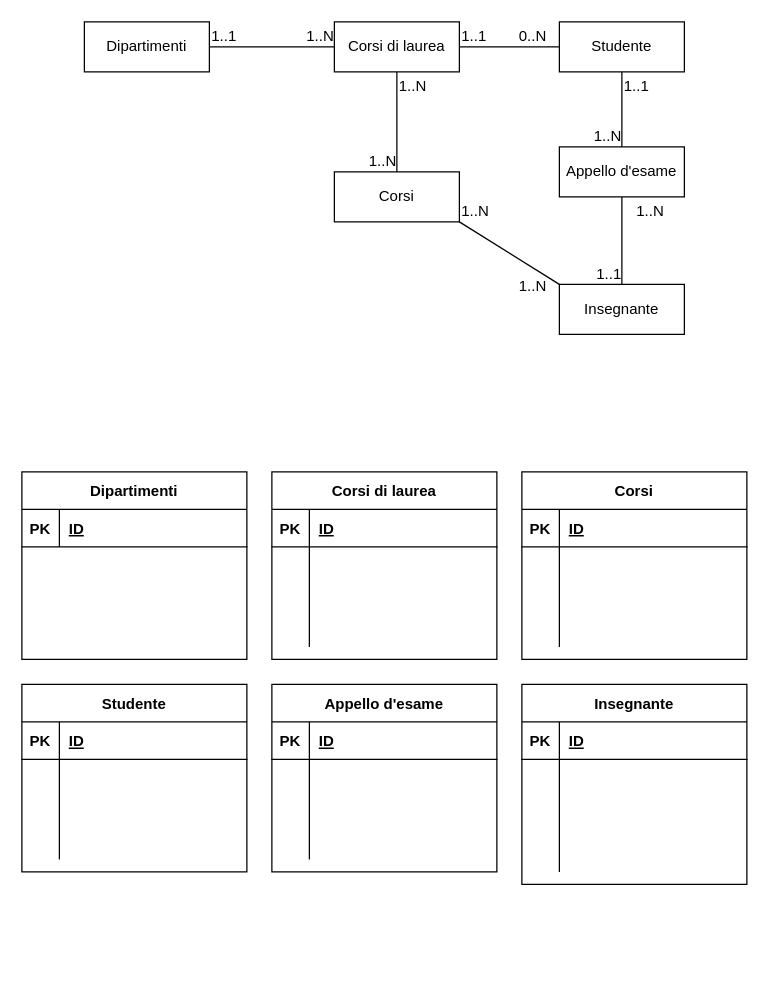
ChristopherZito/db-university keeps this draw.io diagram as Untitled Diagram.drawio. Above is the earlier version. Source tidied: cells renumbered, new cells numbered last; positions are measured from the earlier drawing's top-left corner, leaving out a move shared by most shapes. Both pictures are drawn from the tidied source at 125%, with x=0, y=0 at pixel (21, 21).
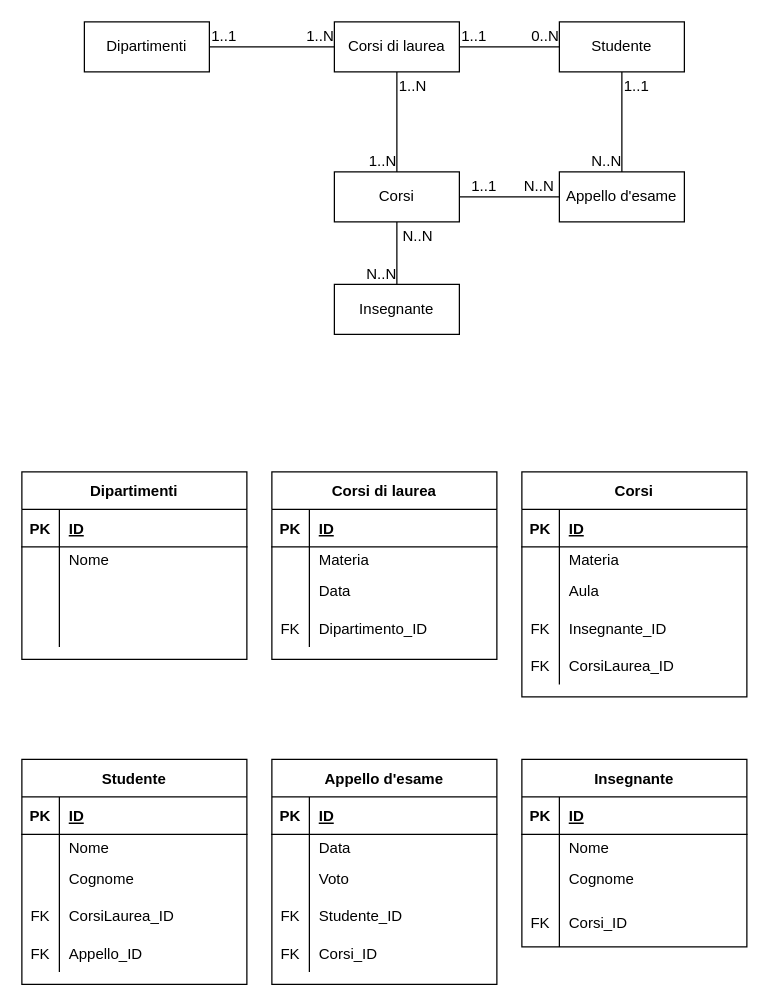
After the change.

Unchanged cells that the change refers to:
```xml
<mxCell id="12" style="shape=tableRow;horizontal=0;startSize=0;swimlaneHead=0;swimlaneBody=0;fillColor=none;top=0;left=0;right=0;bottom=0;" parent="8" vertex="1">
  <mxGeometry y="60" width="180" height="20" as="geometry" />
</mxCell>
<mxCell id="15" style="shape=tableRow;horizontal=0;startSize=0;swimlaneHead=0;swimlaneBody=0;fillColor=none;top=0;left=0;right=0;bottom=0;" parent="8" vertex="1">
  <mxGeometry y="80" width="180" height="30" as="geometry" />
</mxCell>
<mxCell id="18" style="shape=tableRow;horizontal=0;startSize=0;swimlaneHead=0;swimlaneBody=0;fillColor=none;top=0;left=0;right=0;bottom=0;" parent="8" vertex="1">
  <mxGeometry y="110" width="180" height="30" as="geometry" />
</mxCell>
<mxCell id="24" value="Corsi" style="whiteSpace=wrap;html=1;align=center;" parent="1" vertex="1">
  <mxGeometry x="250" y="120" width="100" height="40" as="geometry" />
</mxCell>
<mxCell id="33" style="endArrow=none;html=1;rounded=0;exitX=1;exitY=0.5;exitDx=0;exitDy=0;entryX=0;entryY=0.5;entryDx=0;entryDy=0;" parent="1" edge="1" source="7" target="32">
  <mxGeometry relative="1" as="geometry" />
</mxCell>
<mxCell id="40" style="endArrow=none;html=1;rounded=0;exitX=0.5;exitY=1;exitDx=0;exitDy=0;entryX=0.5;entryY=0;entryDx=0;entryDy=0;" parent="1" edge="1" source="32" target="36">
  <mxGeometry relative="1" as="geometry" />
</mxCell>
<mxCell id="47" style="shape=tableRow;horizontal=0;startSize=0;swimlaneHead=0;swimlaneBody=0;fillColor=none;top=0;left=0;right=0;bottom=0;" parent="43" vertex="1">
  <mxGeometry y="60" width="180" height="20" as="geometry" />
</mxCell>
<mxCell id="50" style="shape=tableRow;horizontal=0;startSize=0;swimlaneHead=0;swimlaneBody=0;fillColor=none;top=0;left=0;right=0;bottom=0;" parent="43" vertex="1">
  <mxGeometry y="80" width="180" height="30" as="geometry" />
</mxCell>
<mxCell id="53" style="shape=tableRow;horizontal=0;startSize=0;swimlaneHead=0;swimlaneBody=0;fillColor=none;top=0;left=0;right=0;bottom=0;" parent="43" vertex="1">
  <mxGeometry y="110" width="180" height="40" as="geometry" />
</mxCell>
<mxCell id="60" style="shape=tableRow;horizontal=0;startSize=0;swimlaneHead=0;swimlaneBody=0;fillColor=none;top=0;left=0;right=0;bottom=0;" parent="56" vertex="1">
  <mxGeometry y="60" width="180" height="20" as="geometry" />
</mxCell>
<mxCell id="63" style="shape=tableRow;horizontal=0;startSize=0;swimlaneHead=0;swimlaneBody=0;fillColor=none;top=0;left=0;right=0;bottom=0;" parent="56" vertex="1">
  <mxGeometry y="80" width="180" height="30" as="geometry" />
</mxCell>
<mxCell id="66" style="shape=tableRow;horizontal=0;startSize=0;swimlaneHead=0;swimlaneBody=0;fillColor=none;top=0;left=0;right=0;bottom=0;" parent="56" vertex="1">
  <mxGeometry y="110" width="180" height="30" as="geometry" />
</mxCell>
<mxCell id="73" style="shape=tableRow;horizontal=0;startSize=0;swimlaneHead=0;swimlaneBody=0;fillColor=none;top=0;left=0;right=0;bottom=0;" parent="69" vertex="1">
  <mxGeometry y="60" width="180" height="20" as="geometry" />
</mxCell>
<mxCell id="76" style="shape=tableRow;horizontal=0;startSize=0;swimlaneHead=0;swimlaneBody=0;fillColor=none;top=0;left=0;right=0;bottom=0;" parent="69" vertex="1">
  <mxGeometry y="80" width="180" height="30" as="geometry" />
</mxCell>
<mxCell id="79" style="shape=tableRow;horizontal=0;startSize=0;swimlaneHead=0;swimlaneBody=0;fillColor=none;top=0;left=0;right=0;bottom=0;" parent="69" vertex="1">
  <mxGeometry y="110" width="180" height="30" as="geometry" />
</mxCell>
<mxCell id="86" style="shape=tableRow;horizontal=0;startSize=0;swimlaneHead=0;swimlaneBody=0;fillColor=none;top=0;left=0;right=0;bottom=0;" parent="82" vertex="1">
  <mxGeometry y="60" width="180" height="20" as="geometry" />
</mxCell>
<mxCell id="89" style="shape=tableRow;horizontal=0;startSize=0;swimlaneHead=0;swimlaneBody=0;fillColor=none;top=0;left=0;right=0;bottom=0;" parent="82" vertex="1">
  <mxGeometry y="80" width="180" height="30" as="geometry" />
</mxCell>
<mxCell id="92" style="shape=tableRow;horizontal=0;startSize=0;swimlaneHead=0;swimlaneBody=0;fillColor=none;top=0;left=0;right=0;bottom=0;" parent="82" vertex="1">
  <mxGeometry y="110" width="180" height="30" as="geometry" />
</mxCell>
```

The edit, as a diff of the source:
```diff
@@
-    <mxCell id="3" value="Dipartimenti" style="shape=table;startSize=30;childLayout=tableLayout;rowLines=0;fontStyle=1;align=center;" parent="1" vertex="1">
-      <mxGeometry y="360" width="180" height="150" as="geometry" />
-    </mxCell>
-    <mxCell id="4" style="shape=tableRow;horizontal=0;startSize=0;swimlaneHead=0;swimlaneBody=0;fillColor=none;top=0;left=0;right=0;bottom=1;" parent="3" vertex="1">
-      <mxGeometry y="30" width="180" height="30" as="geometry" />
-    </mxCell>
-    <mxCell id="5" value="PK" style="shape=partialRectangle;fillColor=none;top=0;left=0;bottom=0;right=0;fontStyle=1;overflow=hidden;" parent="4" vertex="1">
-      <mxGeometry width="30" height="30" as="geometry" />
-    </mxCell>
-    <mxCell id="6" value="ID" style="shape=partialRectangle;fillColor=none;top=0;left=0;bottom=0;right=0;align=left;spacingLeft=6;fontStyle=5;overflow=hidden;" parent="4" vertex="1">
-      <mxGeometry x="30" width="150" height="30" as="geometry" />
-    </mxCell>
@@
-    <mxCell id="14" style="shape=partialRectangle;fillColor=none;top=0;left=0;bottom=0;right=0;align=left;spacingLeft=6;overflow=hidden;" parent="12" vertex="1">
+    <mxCell id="14" value="Materia" style="shape=partialRectangle;fillColor=none;top=0;left=0;bottom=0;right=0;align=left;spacingLeft=6;overflow=hidden;" parent="12" vertex="1">
       <mxGeometry x="30" width="150" height="20" as="geometry" />
     </mxCell>
@@
-    <mxCell id="17" style="shape=partialRectangle;fillColor=none;top=0;left=0;bottom=0;right=0;align=left;spacingLeft=6;overflow=hidden;" parent="15" vertex="1">
+    <mxCell id="17" value="Data" style="shape=partialRectangle;fillColor=none;top=0;left=0;bottom=0;right=0;align=left;spacingLeft=6;overflow=hidden;" parent="15" vertex="1">
       <mxGeometry x="30" width="150" height="30" as="geometry" />
     </mxCell>
@@
-    <mxCell id="19" style="shape=partialRectangle;fillColor=none;top=0;left=0;bottom=0;right=0;overflow=hidden;" parent="18" vertex="1">
+    <mxCell id="19" value="FK" style="shape=partialRectangle;fillColor=none;top=0;left=0;bottom=0;right=0;overflow=hidden;" parent="18" vertex="1">
       <mxGeometry width="30" height="30" as="geometry" />
     </mxCell>
-    <mxCell id="20" style="shape=partialRectangle;fillColor=none;top=0;left=0;bottom=0;right=0;align=left;spacingLeft=6;overflow=hidden;" parent="18" vertex="1">
+    <mxCell id="20" value="Dipartimento_ID" style="shape=partialRectangle;fillColor=none;top=0;left=0;bottom=0;right=0;align=left;spacingLeft=6;overflow=hidden;" parent="18" vertex="1">
       <mxGeometry x="30" width="150" height="30" as="geometry" />
     </mxCell>
@@
     <mxCell id="28" value="Insegnante" style="whiteSpace=wrap;html=1;align=center;" parent="1" vertex="1">
-      <mxGeometry x="430" y="210" width="100" height="40" as="geometry" />
+      <mxGeometry x="250" y="210" width="100" height="40" as="geometry" />
     </mxCell>
-    <mxCell id="29" style="endArrow=none;html=1;rounded=0;exitX=1;exitY=1;exitDx=0;exitDy=0;entryX=0;entryY=0;entryDx=0;entryDy=0;" parent="1" edge="1" source="24" target="28">
+    <mxCell id="29" style="endArrow=none;html=1;rounded=0;exitX=0.5;exitY=1;exitDx=0;exitDy=0;entryX=0.5;entryY=0;entryDx=0;entryDy=0;" parent="1" edge="1" source="24" target="28">
       <mxGeometry relative="1" as="geometry" />
     </mxCell>
-    <mxCell id="30" value="1..N" style="html=1;align=left;verticalAlign=bottom;" parent="29" vertex="1">
-      <mxGeometry x="-1" relative="1" as="geometry" />
+    <mxCell id="30" value="N..N" style="html=1;align=left;verticalAlign=bottom;" parent="29" vertex="1">
+      <mxGeometry x="-1" relative="1" as="geometry">
+        <mxPoint x="3" y="20" as="offset" />
+      </mxGeometry>
     </mxCell>
-    <mxCell id="31" value="1..N" style="html=1;align=right;verticalAlign=bottom;" parent="29" vertex="1">
-      <mxGeometry x="1" relative="1" as="geometry">
-        <mxPoint x="-10" y="10" as="offset" />
-      </mxGeometry>
+    <mxCell id="31" value="N..N" style="html=1;align=right;verticalAlign=bottom;" parent="29" vertex="1">
+      <mxGeometry x="1" relative="1" as="geometry" />
     </mxCell>
@@
     <mxCell id="35" value="0..N" style="html=1;align=right;verticalAlign=bottom;" parent="33" vertex="1">
-      <mxGeometry x="1" relative="1" as="geometry">
-        <mxPoint x="-10" as="offset" />
-      </mxGeometry>
+      <mxGeometry x="1" relative="1" as="geometry" />
     </mxCell>
     <mxCell id="36" value="Appello d'esame" style="whiteSpace=wrap;html=1;align=center;" parent="1" vertex="1">
-      <mxGeometry x="430" y="100" width="100" height="40" as="geometry" />
+      <mxGeometry x="430" y="120" width="100" height="40" as="geometry" />
     </mxCell>
-    <mxCell id="37" style="endArrow=none;html=1;rounded=0;exitX=0.5;exitY=1;exitDx=0;exitDy=0;entryX=0.5;entryY=0;entryDx=0;entryDy=0;" parent="1" edge="1" source="36" target="28">
+    <mxCell id="37" style="endArrow=none;html=1;rounded=0;exitX=0;exitY=0.5;exitDx=0;exitDy=0;entryX=1;entryY=0.5;entryDx=0;entryDy=0;" parent="1" edge="1" source="36" target="24">
       <mxGeometry relative="1" as="geometry" />
     </mxCell>
-    <mxCell id="38" value="1..N" style="html=1;align=left;verticalAlign=bottom;" parent="37" vertex="1">
+    <mxCell id="38" value="N..N" style="html=1;align=left;verticalAlign=bottom;" parent="37" vertex="1">
       <mxGeometry x="-1" relative="1" as="geometry">
-        <mxPoint x="10" y="20" as="offset" />
+        <mxPoint x="-30" as="offset" />
       </mxGeometry>
     </mxCell>
     <mxCell id="39" value="1..1" style="html=1;align=right;verticalAlign=bottom;" parent="37" vertex="1">
-      <mxGeometry x="1" relative="1" as="geometry" />
+      <mxGeometry x="1" relative="1" as="geometry">
+        <mxPoint x="30" as="offset" />
+      </mxGeometry>
     </mxCell>
@@
-    <mxCell id="42" value="1..N" style="html=1;align=right;verticalAlign=bottom;" parent="40" vertex="1">
+    <mxCell id="42" value="N..N" style="html=1;align=right;verticalAlign=bottom;" parent="40" vertex="1">
       <mxGeometry x="1" relative="1" as="geometry" />
     </mxCell>
     <mxCell id="43" value="Insegnante" style="shape=table;startSize=30;childLayout=tableLayout;rowLines=0;fontStyle=1;align=center;" parent="1" vertex="1">
-      <mxGeometry x="400" y="530" width="180" height="160" as="geometry" />
+      <mxGeometry x="400" y="590" width="180" height="150" as="geometry" />
     </mxCell>
@@
-    <mxCell id="49" style="shape=partialRectangle;fillColor=none;top=0;left=0;bottom=0;right=0;align=left;spacingLeft=6;overflow=hidden;" parent="47" vertex="1">
+    <mxCell id="49" value="Nome" style="shape=partialRectangle;fillColor=none;top=0;left=0;bottom=0;right=0;align=left;spacingLeft=6;overflow=hidden;" parent="47" vertex="1">
       <mxGeometry x="30" width="150" height="20" as="geometry" />
     </mxCell>
@@
-    <mxCell id="52" style="shape=partialRectangle;fillColor=none;top=0;left=0;bottom=0;right=0;align=left;spacingLeft=6;overflow=hidden;" parent="50" vertex="1">
+    <mxCell id="52" value="Cognome" style="shape=partialRectangle;fillColor=none;top=0;left=0;bottom=0;right=0;align=left;spacingLeft=6;overflow=hidden;" parent="50" vertex="1">
       <mxGeometry x="30" width="150" height="30" as="geometry" />
     </mxCell>
@@
-    <mxCell id="54" style="shape=partialRectangle;fillColor=none;top=0;left=0;bottom=0;right=0;overflow=hidden;" parent="53" vertex="1">
-      <mxGeometry width="30" height="40" as="geometry" />
-    </mxCell>
-    <mxCell id="55" style="shape=partialRectangle;fillColor=none;top=0;left=0;bottom=0;right=0;align=left;spacingLeft=6;overflow=hidden;" parent="53" vertex="1">
-      <mxGeometry x="30" width="150" height="40" as="geometry" />
-    </mxCell>
+    <mxCell id="95" value="FK" style="shape=partialRectangle;fillColor=none;top=0;left=0;bottom=0;right=0;overflow=hidden;" parent="53" vertex="1">
+      <mxGeometry width="30" height="40" as="geometry" />
+    </mxCell>
+    <mxCell id="96" value="Corsi_ID" style="shape=partialRectangle;fillColor=none;top=0;left=0;bottom=0;right=0;align=left;spacingLeft=6;overflow=hidden;" parent="53" vertex="1">
+      <mxGeometry x="30" width="150" height="40" as="geometry" />
+    </mxCell>
     <mxCell id="56" value="Appello d'esame" style="shape=table;startSize=30;childLayout=tableLayout;rowLines=0;fontStyle=1;align=center;" parent="1" vertex="1">
-      <mxGeometry x="200" y="530" width="180" height="150" as="geometry" />
+      <mxGeometry x="200" y="590" width="180" height="180" as="geometry" />
     </mxCell>
@@
-    <mxCell id="62" style="shape=partialRectangle;fillColor=none;top=0;left=0;bottom=0;right=0;align=left;spacingLeft=6;overflow=hidden;" parent="60" vertex="1">
+    <mxCell id="62" value="Data" style="shape=partialRectangle;fillColor=none;top=0;left=0;bottom=0;right=0;align=left;spacingLeft=6;overflow=hidden;" parent="60" vertex="1">
       <mxGeometry x="30" width="150" height="20" as="geometry" />
     </mxCell>
@@
-    <mxCell id="65" style="shape=partialRectangle;fillColor=none;top=0;left=0;bottom=0;right=0;align=left;spacingLeft=6;overflow=hidden;" parent="63" vertex="1">
+    <mxCell id="65" value="Voto" style="shape=partialRectangle;fillColor=none;top=0;left=0;bottom=0;right=0;align=left;spacingLeft=6;overflow=hidden;" parent="63" vertex="1">
       <mxGeometry x="30" width="150" height="30" as="geometry" />
     </mxCell>
@@
-    <mxCell id="67" style="shape=partialRectangle;fillColor=none;top=0;left=0;bottom=0;right=0;overflow=hidden;" parent="66" vertex="1">
+    <mxCell id="67" value="FK" style="shape=partialRectangle;fillColor=none;top=0;left=0;bottom=0;right=0;overflow=hidden;" parent="66" vertex="1">
       <mxGeometry width="30" height="30" as="geometry" />
     </mxCell>
-    <mxCell id="68" style="shape=partialRectangle;fillColor=none;top=0;left=0;bottom=0;right=0;align=left;spacingLeft=6;overflow=hidden;" parent="66" vertex="1">
+    <mxCell id="68" value="Studente_ID" style="shape=partialRectangle;fillColor=none;top=0;left=0;bottom=0;right=0;align=left;spacingLeft=6;overflow=hidden;" parent="66" vertex="1">
       <mxGeometry x="30" width="150" height="30" as="geometry" />
     </mxCell>
+    <mxCell id="97" style="shape=tableRow;horizontal=0;startSize=0;swimlaneHead=0;swimlaneBody=0;fillColor=none;top=0;left=0;right=0;bottom=0;" parent="56" vertex="1">
+      <mxGeometry y="140" width="180" height="30" as="geometry" />
+    </mxCell>
+    <mxCell id="98" value="FK" style="shape=partialRectangle;fillColor=none;top=0;left=0;bottom=0;right=0;overflow=hidden;" parent="97" vertex="1">
+      <mxGeometry width="30" height="30" as="geometry" />
+    </mxCell>
+    <mxCell id="99" value="Corsi_ID" style="shape=partialRectangle;fillColor=none;top=0;left=0;bottom=0;right=0;align=left;spacingLeft=6;overflow=hidden;" parent="97" vertex="1">
+      <mxGeometry x="30" width="150" height="30" as="geometry" />
+    </mxCell>
     <mxCell id="69" value="Corsi" style="shape=table;startSize=30;childLayout=tableLayout;rowLines=0;fontStyle=1;align=center;" parent="1" vertex="1">
-      <mxGeometry x="400" y="360" width="180" height="150" as="geometry" />
+      <mxGeometry x="400" y="360" width="180" height="180" as="geometry" />
     </mxCell>
@@
-    <mxCell id="75" style="shape=partialRectangle;fillColor=none;top=0;left=0;bottom=0;right=0;align=left;spacingLeft=6;overflow=hidden;" parent="73" vertex="1">
+    <mxCell id="75" value="Materia" style="shape=partialRectangle;fillColor=none;top=0;left=0;bottom=0;right=0;align=left;spacingLeft=6;overflow=hidden;" parent="73" vertex="1">
       <mxGeometry x="30" width="150" height="20" as="geometry" />
     </mxCell>
@@
-    <mxCell id="78" style="shape=partialRectangle;fillColor=none;top=0;left=0;bottom=0;right=0;align=left;spacingLeft=6;overflow=hidden;" parent="76" vertex="1">
+    <mxCell id="78" value="Aula" style="shape=partialRectangle;fillColor=none;top=0;left=0;bottom=0;right=0;align=left;spacingLeft=6;overflow=hidden;" parent="76" vertex="1">
       <mxGeometry x="30" width="150" height="30" as="geometry" />
     </mxCell>
@@
-    <mxCell id="80" style="shape=partialRectangle;fillColor=none;top=0;left=0;bottom=0;right=0;overflow=hidden;" parent="79" vertex="1">
+    <mxCell id="80" value="FK" style="shape=partialRectangle;fillColor=none;top=0;left=0;bottom=0;right=0;overflow=hidden;" parent="79" vertex="1">
       <mxGeometry width="30" height="30" as="geometry" />
     </mxCell>
-    <mxCell id="81" style="shape=partialRectangle;fillColor=none;top=0;left=0;bottom=0;right=0;align=left;spacingLeft=6;overflow=hidden;" parent="79" vertex="1">
+    <mxCell id="81" value="Insegnante_ID" style="shape=partialRectangle;fillColor=none;top=0;left=0;bottom=0;right=0;align=left;spacingLeft=6;overflow=hidden;" parent="79" vertex="1">
       <mxGeometry x="30" width="150" height="30" as="geometry" />
     </mxCell>
+    <mxCell id="100" style="shape=tableRow;horizontal=0;startSize=0;swimlaneHead=0;swimlaneBody=0;fillColor=none;top=0;left=0;right=0;bottom=0;" parent="69" vertex="1">
+      <mxGeometry y="140" width="180" height="30" as="geometry" />
+    </mxCell>
+    <mxCell id="101" value="FK" style="shape=partialRectangle;fillColor=none;top=0;left=0;bottom=0;right=0;overflow=hidden;" parent="100" vertex="1">
+      <mxGeometry width="30" height="30" as="geometry" />
+    </mxCell>
+    <mxCell id="102" value="CorsiLaurea_ID" style="shape=partialRectangle;fillColor=none;top=0;left=0;bottom=0;right=0;align=left;spacingLeft=6;overflow=hidden;" parent="100" vertex="1">
+      <mxGeometry x="30" width="150" height="30" as="geometry" />
+    </mxCell>
     <mxCell id="82" value="Studente" style="shape=table;startSize=30;childLayout=tableLayout;rowLines=0;fontStyle=1;align=center;" parent="1" vertex="1">
-      <mxGeometry y="530" width="180" height="150" as="geometry" />
+      <mxGeometry y="590" width="180" height="180" as="geometry" />
     </mxCell>
@@
-    <mxCell id="88" style="shape=partialRectangle;fillColor=none;top=0;left=0;bottom=0;right=0;align=left;spacingLeft=6;overflow=hidden;" parent="86" vertex="1">
+    <mxCell id="88" value="Nome" style="shape=partialRectangle;fillColor=none;top=0;left=0;bottom=0;right=0;align=left;spacingLeft=6;overflow=hidden;" parent="86" vertex="1">
       <mxGeometry x="30" width="150" height="20" as="geometry" />
     </mxCell>
@@
-    <mxCell id="91" style="shape=partialRectangle;fillColor=none;top=0;left=0;bottom=0;right=0;align=left;spacingLeft=6;overflow=hidden;" parent="89" vertex="1">
+    <mxCell id="91" value="Cognome" style="shape=partialRectangle;fillColor=none;top=0;left=0;bottom=0;right=0;align=left;spacingLeft=6;overflow=hidden;" parent="89" vertex="1">
       <mxGeometry x="30" width="150" height="30" as="geometry" />
     </mxCell>
@@
-    <mxCell id="93" style="shape=partialRectangle;fillColor=none;top=0;left=0;bottom=0;right=0;overflow=hidden;" parent="92" vertex="1">
+    <mxCell id="93" value="FK" style="shape=partialRectangle;fillColor=none;top=0;left=0;bottom=0;right=0;overflow=hidden;" parent="92" vertex="1">
       <mxGeometry width="30" height="30" as="geometry" />
     </mxCell>
-    <mxCell id="94" style="shape=partialRectangle;fillColor=none;top=0;left=0;bottom=0;right=0;align=left;spacingLeft=6;overflow=hidden;" parent="92" vertex="1">
+    <mxCell id="94" value="CorsiLaurea_ID" style="shape=partialRectangle;fillColor=none;top=0;left=0;bottom=0;right=0;align=left;spacingLeft=6;overflow=hidden;" parent="92" vertex="1">
       <mxGeometry x="30" width="150" height="30" as="geometry" />
     </mxCell>
+    <mxCell id="103" style="shape=tableRow;horizontal=0;startSize=0;swimlaneHead=0;swimlaneBody=0;fillColor=none;top=0;left=0;right=0;bottom=0;" parent="82" vertex="1">
+      <mxGeometry y="140" width="180" height="30" as="geometry" />
+    </mxCell>
+    <mxCell id="104" value="FK" style="shape=partialRectangle;fillColor=none;top=0;left=0;bottom=0;right=0;overflow=hidden;" parent="103" vertex="1">
+      <mxGeometry width="30" height="30" as="geometry" />
+    </mxCell>
+    <mxCell id="105" value="Appello_ID" style="shape=partialRectangle;fillColor=none;top=0;left=0;bottom=0;right=0;align=left;spacingLeft=6;overflow=hidden;" parent="103" vertex="1">
+      <mxGeometry x="30" width="150" height="30" as="geometry" />
+    </mxCell>
+    <mxCell id="3" value="Dipartimenti" style="shape=table;startSize=30;childLayout=tableLayout;rowLines=0;fontStyle=1;align=center;" parent="1" vertex="1">
+      <mxGeometry y="360" width="180" height="150" as="geometry" />
+    </mxCell>
+    <mxCell id="4" style="shape=tableRow;horizontal=0;startSize=0;swimlaneHead=0;swimlaneBody=0;fillColor=none;top=0;left=0;right=0;bottom=1;" parent="3" vertex="1">
+      <mxGeometry y="30" width="180" height="30" as="geometry" />
+    </mxCell>
+    <mxCell id="5" value="PK" style="shape=partialRectangle;fillColor=none;top=0;left=0;bottom=0;right=0;fontStyle=1;overflow=hidden;" parent="4" vertex="1">
+      <mxGeometry width="30" height="30" as="geometry" />
+    </mxCell>
+    <mxCell id="6" value="ID" style="shape=partialRectangle;fillColor=none;top=0;left=0;bottom=0;right=0;align=left;spacingLeft=6;fontStyle=5;overflow=hidden;" parent="4" vertex="1">
+      <mxGeometry x="30" width="150" height="30" as="geometry" />
+    </mxCell>
+    <mxCell id="106" style="shape=tableRow;horizontal=0;startSize=0;swimlaneHead=0;swimlaneBody=0;fillColor=none;top=0;left=0;right=0;bottom=0;" parent="3" vertex="1">
+      <mxGeometry y="60" width="180" height="20" as="geometry" />
+    </mxCell>
+    <mxCell id="107" style="shape=partialRectangle;fillColor=none;top=0;left=0;bottom=0;right=0;overflow=hidden;" parent="106" vertex="1">
+      <mxGeometry width="30" height="20" as="geometry" />
+    </mxCell>
+    <mxCell id="108" value="Nome" style="shape=partialRectangle;fillColor=none;top=0;left=0;bottom=0;right=0;align=left;spacingLeft=6;overflow=hidden;" parent="106" vertex="1">
+      <mxGeometry x="30" width="150" height="20" as="geometry" />
+    </mxCell>
+    <mxCell id="109" style="shape=tableRow;horizontal=0;startSize=0;swimlaneHead=0;swimlaneBody=0;fillColor=none;top=0;left=0;right=0;bottom=0;" parent="3" vertex="1">
+      <mxGeometry y="80" width="180" height="30" as="geometry" />
+    </mxCell>
+    <mxCell id="110" style="shape=partialRectangle;fillColor=none;top=0;left=0;bottom=0;right=0;overflow=hidden;" parent="109" vertex="1">
+      <mxGeometry width="30" height="30" as="geometry" />
+    </mxCell>
+    <mxCell id="111" style="shape=partialRectangle;fillColor=none;top=0;left=0;bottom=0;right=0;align=left;spacingLeft=6;overflow=hidden;" parent="109" vertex="1">
+      <mxGeometry x="30" width="150" height="30" as="geometry" />
+    </mxCell>
+    <mxCell id="112" style="shape=tableRow;horizontal=0;startSize=0;swimlaneHead=0;swimlaneBody=0;fillColor=none;top=0;left=0;right=0;bottom=0;" parent="3" vertex="1">
+      <mxGeometry y="110" width="180" height="30" as="geometry" />
+    </mxCell>
+    <mxCell id="113" style="shape=partialRectangle;fillColor=none;top=0;left=0;bottom=0;right=0;overflow=hidden;" parent="112" vertex="1">
+      <mxGeometry width="30" height="30" as="geometry" />
+    </mxCell>
+    <mxCell id="114" style="shape=partialRectangle;fillColor=none;top=0;left=0;bottom=0;right=0;align=left;spacingLeft=6;overflow=hidden;" parent="112" vertex="1">
+      <mxGeometry x="30" width="150" height="30" as="geometry" />
+    </mxCell>
```
